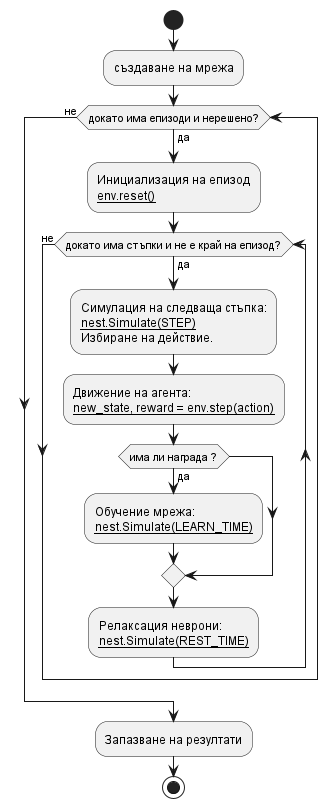
Above: doc/high-level-block-diagram_bg.png in borkox/uni-sofia-pre-masters-project (PlantUML), before the change.
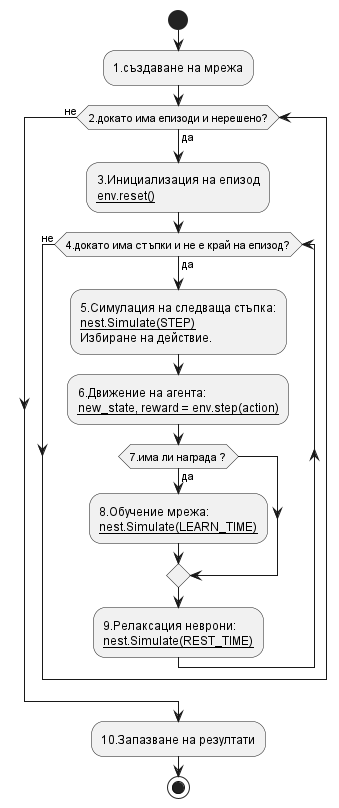
After the commit.

Diff of the diagram source:
```diff
@@ -1,27 +1,27 @@
 @startuml
 
 start
-:създаване на мрежа;
-while (докато има епизоди и нерешено?) is (да)
-    :Инициализация на епизод
+:1.създаване на мрежа;
+while (2.докато има епизоди и нерешено?) is (да)
+    :3.Инициализация на епизод
     __env.reset()__;
 
-    while (докато има стъпки и не е край на епизод?) is (да)
-      :Симулация на следваща стъпка:
+    while (4.докато има стъпки и не е край на епизод?) is (да)
+      :5.Симулация на следваща стъпка:
       __nest.Simulate(STEP)__
       Избиране на действие.;
-      :Движение на агента:
+      :6.Движение на агента:
       __new_state, reward = env.step(action)__;
-      if (има ли награда ?) then (да)
-        :Обучение мрежа:
+      if (7.има ли награда ?) then (да)
+        :8.Обучение мрежа:
         __nest.Simulate(LEARN_TIME)__;
       endif
-      :Релаксация неврони:
+      :9.Релаксация неврони:
       __nest.Simulate(REST_TIME)__;
     endwhile (не)
 endwhile (не)
 
-:Запазване на резултати;
+:10.Запазване на резултати;
 
 stop
 
```
